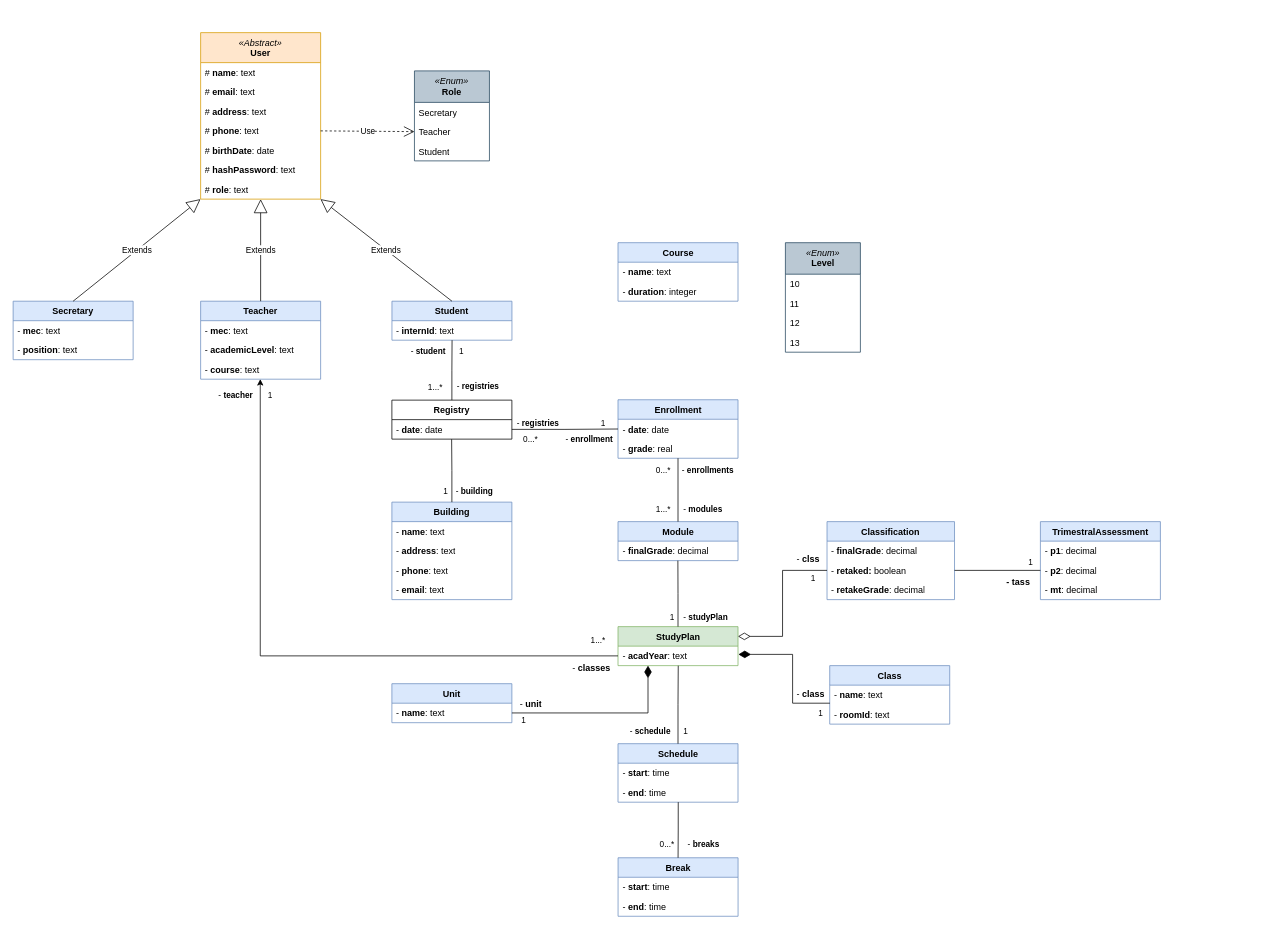
Earlier version of the draw.io diagram editables/data-model.drawio (Joaquim-Claudio/Imptel-Online_P.D.S-2024-2025). Source tidied: cells renumbered, new cells numbered last; positions are measured from the earlier drawing's top-left corner, leaving out a move shared by most shapes. Both pictures are drawn from the tidied source at 75%, with x=0, y=0 at pixel (13, 32).
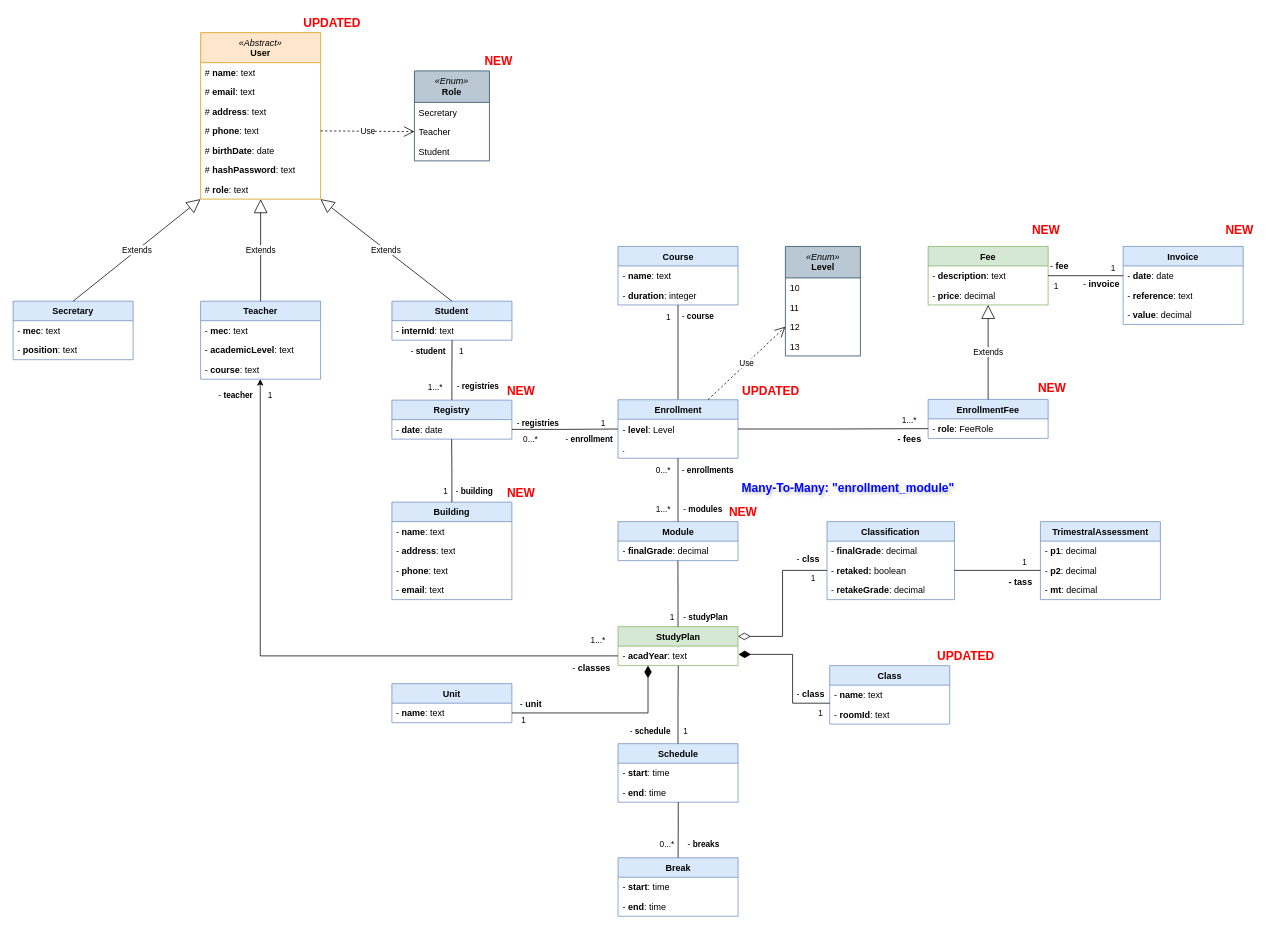
Above is the later version.

Unchanged cells that the change refers to:
```xml
<mxCell id="26" value="- &lt;b&gt;duration&lt;/b&gt;: integer" style="text;strokeColor=none;fillColor=none;align=left;verticalAlign=top;spacingLeft=4;spacingRight=4;overflow=hidden;points=[[0,0.5],[1,0.5]];portConstraint=eastwest;whiteSpace=wrap;html=1;" parent="24" vertex="1">
  <mxGeometry y="52" width="160" height="26" as="geometry" />
</mxCell>
<mxCell id="27" value="Enrollment" style="swimlane;fontStyle=1;align=center;verticalAlign=top;horizontal=1;startSize=26;whiteSpace=wrap;html=1;fillColor=#dae8fc;strokeColor=#6c8ebf;" parent="1" vertex="1">
  <mxGeometry x="806.5" y="489.5" width="160" height="78" as="geometry" />
</mxCell>
<mxCell id="56" value="12" style="text;strokeColor=none;fillColor=none;align=left;verticalAlign=top;spacingLeft=4;spacingRight=4;overflow=hidden;points=[[0,0.5],[1,0.5]];portConstraint=eastwest;whiteSpace=wrap;html=1;" parent="53" vertex="1">
  <mxGeometry y="94" width="100" height="26" as="geometry" />
</mxCell>
```

Diff of the diagram source:
```diff
@@
     <mxCell id="24" value="Course" style="swimlane;fontStyle=1;align=center;verticalAlign=top;horizontal=1;startSize=26;whiteSpace=wrap;html=1;fillColor=#dae8fc;strokeColor=#6c8ebf;" parent="1" vertex="1">
-      <mxGeometry x="806.5" y="280.1" width="160" height="78" as="geometry" />
+      <mxGeometry x="806.5" y="285.1" width="160" height="78" as="geometry" />
     </mxCell>
@@
+    <mxCell id="112" style="edgeStyle=orthogonalEdgeStyle;rounded=0;jettySize=auto;html=1;exitX=0.5;exitY=0;exitDx=0;exitDy=0;entryX=0.5;entryY=0.998;entryDx=0;entryDy=0;entryPerimeter=0;endArrow=none;endFill=0;" parent="1" edge="1" source="27" target="26">
+      <mxGeometry relative="1" as="geometry" />
+    </mxCell>
@@
-    <mxCell id="28" value="- &lt;b&gt;date&lt;/b&gt;: date" style="text;strokeColor=none;fillColor=none;align=left;verticalAlign=top;spacingLeft=4;spacingRight=4;overflow=hidden;points=[[0,0.5],[1,0.5]];portConstraint=eastwest;whiteSpace=wrap;html=1;" parent="27" vertex="1">
+    <mxCell id="28" value="- &lt;b&gt;level&lt;/b&gt;: Level" style="text;strokeColor=none;fillColor=none;align=left;verticalAlign=top;spacingLeft=4;spacingRight=4;overflow=hidden;points=[[0,0.5],[1,0.5]];portConstraint=eastwest;whiteSpace=wrap;html=1;" parent="27" vertex="1">
       <mxGeometry y="26" width="160" height="26" as="geometry" />
     </mxCell>
-    <mxCell id="29" value="- &lt;b&gt;grade&lt;/b&gt;: real" style="text;strokeColor=none;fillColor=none;align=left;verticalAlign=top;spacingLeft=4;spacingRight=4;overflow=hidden;whiteSpace=wrap;html=1;" parent="27" vertex="1">
+    <mxCell id="29" value="." style="text;strokeColor=none;fillColor=none;align=left;verticalAlign=top;spacingLeft=4;spacingRight=4;overflow=hidden;whiteSpace=wrap;html=1;" parent="27" vertex="1">
       <mxGeometry y="52" width="160" height="26" as="geometry" />
     </mxCell>
@@
     <mxCell id="50" value="1" style="edgeLabel;html=1;align=right;verticalAlign=bottom;" parent="1" vertex="1">
-      <mxGeometry x="1359.7" y="714" as="geometry" />
+      <mxGeometry x="1351.7" y="714" as="geometry" />
     </mxCell>
@@
     <mxCell id="53" value="&lt;div&gt;&lt;i style=&quot;font-weight: normal;&quot;&gt;«Enum»&lt;/i&gt;&lt;/div&gt;&lt;div&gt;&lt;span style=&quot;text-align: left;&quot;&gt;Level&lt;/span&gt;&lt;/div&gt;" style="swimlane;fontStyle=1;align=center;verticalAlign=top;horizontal=1;startSize=42;whiteSpace=wrap;html=1;fillColor=#bac8d3;strokeColor=#23445d;" parent="1" vertex="1">
-      <mxGeometry x="1029.7" y="280.1" width="100" height="146" as="geometry" />
+      <mxGeometry x="1029.7" y="285.1" width="100" height="146" as="geometry" />
     </mxCell>
@@
-    <mxCell id="69" value="Registry" style="swimlane;fontStyle=1;align=center;verticalAlign=top;horizontal=1;startSize=26;whiteSpace=wrap;html=1;" parent="1" vertex="1">
+    <mxCell id="69" value="Registry" style="swimlane;fontStyle=1;align=center;verticalAlign=top;horizontal=1;startSize=26;whiteSpace=wrap;html=1;fillColor=#dae8fc;strokeColor=#6c8ebf;" parent="1" vertex="1">
       <mxGeometry x="505" y="490" width="160" height="52" as="geometry" />
     </mxCell>
@@
     <mxCell id="102" value="- tass" style="text;align=center;fontStyle=1;verticalAlign=middle;spacingLeft=3;spacingRight=3;strokeColor=none;html=1;" parent="1" vertex="1">
-      <mxGeometry x="1319.7" y="719.6" width="40" height="26" as="geometry" />
+      <mxGeometry x="1322.7" y="719.6" width="40" height="26" as="geometry" />
     </mxCell>
@@
+    <mxCell id="113" value="- &lt;b&gt;course&lt;/b&gt;" style="edgeLabel;html=1;align=left;verticalAlign=bottom;" parent="1" vertex="1">
+      <mxGeometry x="890" y="386.1" as="geometry" />
+    </mxCell>
+    <mxCell id="114" value="1" style="edgeLabel;html=1;align=right;verticalAlign=bottom;" parent="1" vertex="1">
+      <mxGeometry x="876.5" y="387.1" as="geometry" />
+    </mxCell>
+    <mxCell id="115" value="Use" style="endArrow=open;endSize=12;dashed=1;html=1;rounded=0;exitX=0.75;exitY=0;exitDx=0;exitDy=0;entryX=0;entryY=0.5;entryDx=0;entryDy=0;" parent="1" edge="1" source="27" target="56">
+      <mxGeometry relative="1" as="geometry" />
+    </mxCell>
+    <mxCell id="116" value="EnrollmentFee" style="swimlane;fontStyle=1;align=center;verticalAlign=top;horizontal=1;startSize=26;whiteSpace=wrap;html=1;fillColor=#dae8fc;strokeColor=#6c8ebf;" parent="1" vertex="1">
+      <mxGeometry x="1220" y="489" width="160" height="52" as="geometry" />
+    </mxCell>
+    <mxCell id="117" value="- &lt;b&gt;role&lt;/b&gt;: FeeRole" style="text;strokeColor=none;fillColor=none;align=left;verticalAlign=top;spacingLeft=4;spacingRight=4;overflow=hidden;points=[[0,0.5],[1,0.5]];portConstraint=eastwest;whiteSpace=wrap;html=1;" parent="116" vertex="1">
+      <mxGeometry y="26" width="160" height="26" as="geometry" />
+    </mxCell>
+    <mxCell id="118" value="Fee" style="swimlane;fontStyle=1;align=center;verticalAlign=top;horizontal=1;startSize=26;whiteSpace=wrap;html=1;fillColor=#d5e8d4;strokeColor=#82b366;" parent="1" vertex="1">
+      <mxGeometry x="1220" y="285.1" width="160" height="78" as="geometry" />
+    </mxCell>
+    <mxCell id="119" value="- &lt;b&gt;description&lt;/b&gt;: text" style="text;strokeColor=none;fillColor=none;align=left;verticalAlign=top;spacingLeft=4;spacingRight=4;overflow=hidden;points=[[0,0.5],[1,0.5]];portConstraint=eastwest;whiteSpace=wrap;html=1;" parent="118" vertex="1">
+      <mxGeometry y="26" width="160" height="26" as="geometry" />
+    </mxCell>
+    <mxCell id="120" value="- &lt;b&gt;price&lt;/b&gt;: decimal" style="text;strokeColor=none;fillColor=none;align=left;verticalAlign=top;spacingLeft=4;spacingRight=4;overflow=hidden;whiteSpace=wrap;html=1;" parent="118" vertex="1">
+      <mxGeometry y="52" width="160" height="26" as="geometry" />
+    </mxCell>
+    <mxCell id="121" value="Invoice" style="swimlane;fontStyle=1;align=center;verticalAlign=top;horizontal=1;startSize=26;whiteSpace=wrap;html=1;fillColor=#dae8fc;strokeColor=#6c8ebf;" parent="1" vertex="1">
+      <mxGeometry x="1480" y="285.1" width="160" height="104" as="geometry" />
+    </mxCell>
+    <mxCell id="122" value="- &lt;b&gt;date&lt;/b&gt;: date" style="text;strokeColor=none;fillColor=none;align=left;verticalAlign=top;spacingLeft=4;spacingRight=4;overflow=hidden;points=[[0,0.5],[1,0.5]];portConstraint=eastwest;whiteSpace=wrap;html=1;" parent="121" vertex="1">
+      <mxGeometry y="26" width="160" height="26" as="geometry" />
+    </mxCell>
+    <mxCell id="123" value="- &lt;b&gt;reference&lt;/b&gt;: text" style="text;strokeColor=none;fillColor=none;align=left;verticalAlign=top;spacingLeft=4;spacingRight=4;overflow=hidden;whiteSpace=wrap;html=1;" parent="121" vertex="1">
+      <mxGeometry y="52" width="160" height="26" as="geometry" />
+    </mxCell>
+    <mxCell id="124" value="- &lt;b&gt;value&lt;/b&gt;: decimal" style="text;strokeColor=none;fillColor=none;align=left;verticalAlign=top;spacingLeft=4;spacingRight=4;overflow=hidden;whiteSpace=wrap;html=1;" parent="121" vertex="1">
+      <mxGeometry y="78" width="160" height="26" as="geometry" />
+    </mxCell>
+    <mxCell id="125" value="Extends" style="endArrow=block;endSize=16;endFill=0;html=1;rounded=0;entryX=0.5;entryY=1;entryDx=0;entryDy=0;exitX=0.5;exitY=0;exitDx=0;exitDy=0;" parent="1" edge="1" source="116" target="118">
+      <mxGeometry relative="1" as="geometry" />
+    </mxCell>
+    <mxCell id="126" style="edgeStyle=orthogonalEdgeStyle;rounded=0;jettySize=auto;html=1;exitX=1;exitY=0.5;exitDx=0;exitDy=0;entryX=0;entryY=0.5;entryDx=0;entryDy=0;endArrow=none;endFill=0;" parent="1" edge="1" source="28" target="117">
+      <mxGeometry relative="1" as="geometry" />
+    </mxCell>
+    <mxCell id="127" value="1...*" style="edgeLabel;html=1;align=right;verticalAlign=bottom;" parent="1" vertex="1">
+      <mxGeometry x="1205" y="524.5" as="geometry" />
+    </mxCell>
+    <mxCell id="128" value="- fees" style="text;align=center;fontStyle=1;verticalAlign=middle;spacingLeft=3;spacingRight=3;strokeColor=none;html=1;" parent="1" vertex="1">
+      <mxGeometry x="1175" y="529.2" width="40" height="26" as="geometry" />
+    </mxCell>
+    <mxCell id="129" style="edgeStyle=orthogonalEdgeStyle;rounded=0;jettySize=auto;html=1;exitX=1;exitY=0.5;exitDx=0;exitDy=0;entryX=0;entryY=0.5;entryDx=0;entryDy=0;endArrow=none;endFill=0;" parent="1" edge="1" source="119" target="122">
+      <mxGeometry relative="1" as="geometry" />
+    </mxCell>
+    <mxCell id="130" value="1" style="edgeLabel;html=1;align=right;verticalAlign=bottom;" parent="1" vertex="1">
+      <mxGeometry x="1470" y="321.7" as="geometry" />
+    </mxCell>
+    <mxCell id="131" value="&lt;span style=&quot;font-weight: normal;&quot;&gt;-&lt;/span&gt; invoice" style="text;align=center;fontStyle=1;verticalAlign=middle;spacingLeft=3;spacingRight=3;strokeColor=none;html=1;" parent="1" vertex="1">
+      <mxGeometry x="1422" y="322.4" width="58" height="26" as="geometry" />
+    </mxCell>
+    <mxCell id="132" value="1" style="edgeLabel;html=1;align=right;verticalAlign=bottom;" parent="1" vertex="1">
+      <mxGeometry x="1394" y="346" as="geometry" />
+    </mxCell>
+    <mxCell id="133" value="&lt;span style=&quot;font-weight: normal;&quot;&gt;-&lt;/span&gt; fee" style="text;align=center;fontStyle=1;verticalAlign=middle;spacingLeft=3;spacingRight=3;strokeColor=none;html=1;" parent="1" vertex="1">
+      <mxGeometry x="1380" y="297.7" width="30" height="26" as="geometry" />
+    </mxCell>
+    <mxCell id="134" value="NEW" style="text;align=center;fontStyle=1;verticalAlign=middle;spacingLeft=3;spacingRight=3;html=1;fontColor=#ff0000;fontSize=16;" parent="1" vertex="1">
+      <mxGeometry x="1610" y="250" width="50" height="26" as="geometry" />
+    </mxCell>
+    <mxCell id="135" value="NEW" style="text;align=center;fontStyle=1;verticalAlign=middle;spacingLeft=3;spacingRight=3;html=1;fontColor=#ff0000;fontSize=16;" parent="1" vertex="1">
+      <mxGeometry x="1351.7" y="250" width="50" height="26" as="geometry" />
+    </mxCell>
+    <mxCell id="136" value="NEW" style="text;align=center;fontStyle=1;verticalAlign=middle;spacingLeft=3;spacingRight=3;html=1;fontColor=#ff0000;fontSize=16;" parent="1" vertex="1">
+      <mxGeometry x="1360" y="460" width="50" height="26" as="geometry" />
+    </mxCell>
+    <mxCell id="137" value="UPDATED" style="text;align=center;fontStyle=1;verticalAlign=middle;spacingLeft=3;spacingRight=3;html=1;fontColor=#ff0000;fontSize=16;" parent="1" vertex="1">
+      <mxGeometry x="970" y="465.1" width="80.3" height="26" as="geometry" />
+    </mxCell>
+    <mxCell id="138" value="UPDATED" style="text;align=center;fontStyle=1;verticalAlign=middle;spacingLeft=3;spacingRight=3;html=1;fontColor=#ff0000;fontSize=16;" parent="1" vertex="1">
+      <mxGeometry x="1230" y="818" width="80.3" height="26" as="geometry" />
+    </mxCell>
+    <mxCell id="139" value="NEW" style="text;align=center;fontStyle=1;verticalAlign=middle;spacingLeft=3;spacingRight=3;html=1;fontColor=#ff0000;fontSize=16;" parent="1" vertex="1">
+      <mxGeometry x="654.8" y="600" width="45.2" height="26" as="geometry" />
+    </mxCell>
+    <mxCell id="140" value="NEW" style="text;align=center;fontStyle=1;verticalAlign=middle;spacingLeft=3;spacingRight=3;html=1;fontColor=#ff0000;fontSize=16;" parent="1" vertex="1">
+      <mxGeometry x="950" y="626" width="45.2" height="26" as="geometry" />
+    </mxCell>
+    <mxCell id="141" value="NEW" style="text;align=center;fontStyle=1;verticalAlign=middle;spacingLeft=3;spacingRight=3;html=1;fontColor=#ff0000;fontSize=16;" parent="1" vertex="1">
+      <mxGeometry x="654.8" y="465.1" width="45.2" height="26" as="geometry" />
+    </mxCell>
+    <mxCell id="142" value="NEW" style="text;align=center;fontStyle=1;verticalAlign=middle;spacingLeft=3;spacingRight=3;html=1;fontColor=#ff0000;fontSize=16;" parent="1" vertex="1">
+      <mxGeometry x="624.8" y="25" width="45.2" height="26" as="geometry" />
+    </mxCell>
+    <mxCell id="143" value="UPDATED" style="text;align=center;fontStyle=1;verticalAlign=middle;spacingLeft=3;spacingRight=3;html=1;fontColor=#ff0000;fontSize=16;" parent="1" vertex="1">
+      <mxGeometry x="390" y="-26" width="70" height="26" as="geometry" />
+    </mxCell>
+    <mxCell id="144" value="Many-To-Many: &quot;enrollment_module&quot;" style="text;align=center;fontStyle=1;verticalAlign=middle;spacingLeft=3;spacingRight=3;html=1;fontColor=#0008ff;fontSize=16;textShadow=1;" parent="1" vertex="1">
+      <mxGeometry x="966.5" y="594" width="293.5" height="26" as="geometry" />
+    </mxCell>
```
